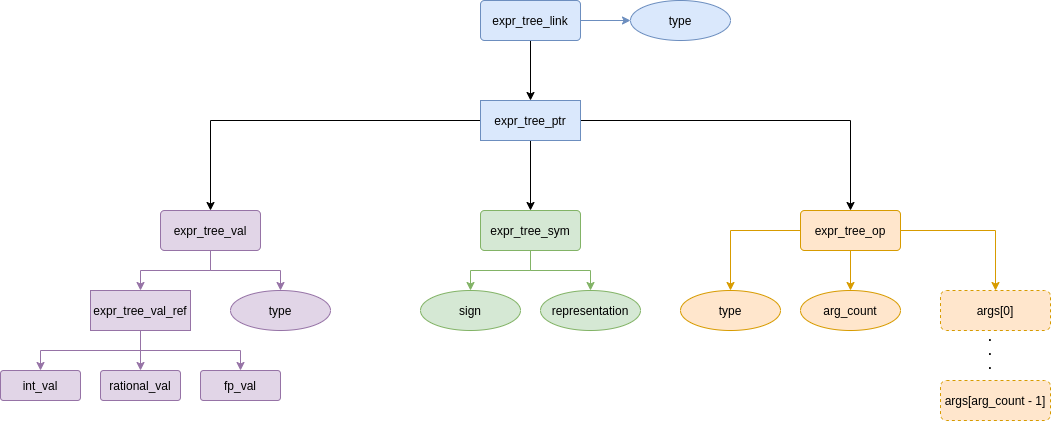
Before: doc/chart/expr_structs.png, a diagram exported from draw.io (MrIndeciso/tcas). Source tidied: cells renumbered, new cells last; positions are measured from the earlier drawing's top-left corner, leaving out a move shared by most shapes. The source it was exported from:
```xml
<mxGraphModel>
  <root>
    <mxCell id="0" />
    <mxCell id="1" parent="0" />
    <mxCell id="2" style="edgeStyle=orthogonalEdgeStyle;rounded=0;jettySize=auto;html=1;fillColor=#dae8fc;strokeColor=#6c8ebf;" parent="1" edge="1" source="4" target="5">
      <mxGeometry relative="1" as="geometry" />
    </mxCell>
    <mxCell id="3" style="edgeStyle=orthogonalEdgeStyle;rounded=0;jettySize=auto;html=1;entryX=0.5;entryY=0;entryDx=0;entryDy=0;" parent="1" edge="1" source="4" target="9">
      <mxGeometry relative="1" as="geometry" />
    </mxCell>
    <mxCell id="4" value="expr_tree_link" style="rounded=1;arcSize=10;whiteSpace=wrap;html=1;align=center;fillColor=#dae8fc;strokeColor=#6c8ebf;" parent="1" vertex="1">
      <mxGeometry x="480" width="100" height="40" as="geometry" />
    </mxCell>
    <mxCell id="5" value="type" style="ellipse;whiteSpace=wrap;html=1;align=center;fillColor=#dae8fc;strokeColor=#6c8ebf;" parent="1" vertex="1">
      <mxGeometry x="630" width="100" height="40" as="geometry" />
    </mxCell>
    <mxCell id="6" style="edgeStyle=orthogonalEdgeStyle;rounded=0;jettySize=auto;html=1;" parent="1" edge="1" source="9" target="16">
      <mxGeometry relative="1" as="geometry" />
    </mxCell>
    <mxCell id="7" style="edgeStyle=orthogonalEdgeStyle;rounded=0;jettySize=auto;html=1;entryX=0.5;entryY=0;entryDx=0;entryDy=0;" parent="1" edge="1" source="9" target="13">
      <mxGeometry relative="1" as="geometry" />
    </mxCell>
    <mxCell id="8" style="edgeStyle=orthogonalEdgeStyle;rounded=0;jettySize=auto;html=1;" parent="1" edge="1" source="9" target="19">
      <mxGeometry relative="1" as="geometry" />
    </mxCell>
    <mxCell id="9" value="expr_tree_ptr" style="rounded=0;arcSize=10;whiteSpace=wrap;html=1;align=center;fillColor=#dae8fc;strokeColor=#6c8ebf;" parent="1" vertex="1">
      <mxGeometry x="480" y="100" width="100" height="40" as="geometry" />
    </mxCell>
    <mxCell id="10" style="edgeStyle=orthogonalEdgeStyle;rounded=0;jettySize=auto;html=1;fillColor=#ffe6cc;strokeColor=#d79b00;" parent="1" edge="1" source="13" target="31">
      <mxGeometry relative="1" as="geometry" />
    </mxCell>
    <mxCell id="11" style="edgeStyle=orthogonalEdgeStyle;rounded=0;jettySize=auto;html=1;fillColor=#ffe6cc;strokeColor=#d79b00;" parent="1" edge="1" source="13" target="30">
      <mxGeometry relative="1" as="geometry" />
    </mxCell>
    <mxCell id="12" style="edgeStyle=orthogonalEdgeStyle;rounded=0;jettySize=auto;html=1;entryX=0.5;entryY=0;entryDx=0;entryDy=0;fillColor=#ffe6cc;strokeColor=#d79b00;" parent="1" edge="1" source="13" target="32">
      <mxGeometry relative="1" as="geometry" />
    </mxCell>
    <mxCell id="13" value="expr_tree_op" style="rounded=1;arcSize=10;whiteSpace=wrap;html=1;align=center;fillColor=#ffe6cc;strokeColor=#d79b00;" parent="1" vertex="1">
      <mxGeometry x="800" y="210" width="100" height="40" as="geometry" />
    </mxCell>
    <mxCell id="14" style="edgeStyle=orthogonalEdgeStyle;rounded=0;jettySize=auto;html=1;fillColor=#d5e8d4;strokeColor=#82b366;" parent="1" edge="1" source="16" target="20">
      <mxGeometry relative="1" as="geometry" />
    </mxCell>
    <mxCell id="15" style="edgeStyle=orthogonalEdgeStyle;rounded=0;jettySize=auto;html=1;fillColor=#d5e8d4;strokeColor=#82b366;" parent="1" edge="1" source="16" target="21">
      <mxGeometry relative="1" as="geometry" />
    </mxCell>
    <mxCell id="16" value="expr_tree_sym" style="rounded=1;arcSize=10;whiteSpace=wrap;html=1;align=center;fillColor=#d5e8d4;strokeColor=#82b366;" parent="1" vertex="1">
      <mxGeometry x="480" y="210" width="100" height="40" as="geometry" />
    </mxCell>
    <mxCell id="17" style="edgeStyle=orthogonalEdgeStyle;rounded=0;jettySize=auto;html=1;entryX=0.5;entryY=0;entryDx=0;entryDy=0;fillColor=#e1d5e7;strokeColor=#9673a6;" parent="1" edge="1" source="19" target="22">
      <mxGeometry relative="1" as="geometry" />
    </mxCell>
    <mxCell id="18" style="edgeStyle=orthogonalEdgeStyle;rounded=0;jettySize=auto;html=1;fillColor=#e1d5e7;strokeColor=#9673a6;" parent="1" edge="1" source="19" target="26">
      <mxGeometry relative="1" as="geometry" />
    </mxCell>
    <mxCell id="19" value="expr_tree_val" style="rounded=1;arcSize=10;whiteSpace=wrap;html=1;align=center;fillColor=#e1d5e7;strokeColor=#9673a6;" parent="1" vertex="1">
      <mxGeometry x="160" y="210" width="100" height="40" as="geometry" />
    </mxCell>
    <mxCell id="20" value="sign" style="ellipse;whiteSpace=wrap;html=1;align=center;fillColor=#d5e8d4;strokeColor=#82b366;" parent="1" vertex="1">
      <mxGeometry x="420" y="290" width="100" height="40" as="geometry" />
    </mxCell>
    <mxCell id="21" value="representation" style="ellipse;whiteSpace=wrap;html=1;align=center;fillColor=#d5e8d4;strokeColor=#82b366;" parent="1" vertex="1">
      <mxGeometry x="540" y="290" width="100" height="40" as="geometry" />
    </mxCell>
    <mxCell id="22" value="type" style="ellipse;whiteSpace=wrap;html=1;align=center;fillColor=#e1d5e7;strokeColor=#9673a6;" parent="1" vertex="1">
      <mxGeometry x="230" y="290" width="100" height="40" as="geometry" />
    </mxCell>
    <mxCell id="23" style="edgeStyle=orthogonalEdgeStyle;rounded=0;jettySize=auto;html=1;entryX=0.5;entryY=0;entryDx=0;entryDy=0;fillColor=#e1d5e7;strokeColor=#9673a6;" parent="1" edge="1" source="26" target="28">
      <mxGeometry relative="1" as="geometry" />
    </mxCell>
    <mxCell id="24" style="edgeStyle=orthogonalEdgeStyle;rounded=0;jettySize=auto;html=1;fillColor=#e1d5e7;strokeColor=#9673a6;" parent="1" edge="1" source="26" target="27">
      <mxGeometry relative="1" as="geometry">
        <Array as="points">
          <mxPoint x="140" y="350" />
          <mxPoint x="240" y="350" />
        </Array>
      </mxGeometry>
    </mxCell>
    <mxCell id="25" style="edgeStyle=orthogonalEdgeStyle;rounded=0;jettySize=auto;html=1;fillColor=#e1d5e7;strokeColor=#9673a6;" parent="1" edge="1" source="26" target="29">
      <mxGeometry relative="1" as="geometry">
        <Array as="points">
          <mxPoint x="140" y="350" />
          <mxPoint x="40" y="350" />
        </Array>
      </mxGeometry>
    </mxCell>
    <mxCell id="26" value="expr_tree_val_ref" style="rounded=0;arcSize=10;whiteSpace=wrap;html=1;align=center;fillColor=#e1d5e7;strokeColor=#9673a6;" parent="1" vertex="1">
      <mxGeometry x="90" y="290" width="100" height="40" as="geometry" />
    </mxCell>
    <mxCell id="27" value="fp_val" style="rounded=1;arcSize=10;whiteSpace=wrap;html=1;align=center;fillColor=#e1d5e7;strokeColor=#9673a6;" parent="1" vertex="1">
      <mxGeometry x="200" y="370" width="80" height="30" as="geometry" />
    </mxCell>
    <mxCell id="28" value="rational_val" style="rounded=1;arcSize=10;whiteSpace=wrap;html=1;align=center;fillColor=#e1d5e7;strokeColor=#9673a6;" parent="1" vertex="1">
      <mxGeometry x="100" y="370" width="80" height="30" as="geometry" />
    </mxCell>
    <mxCell id="29" value="int_val" style="rounded=1;arcSize=10;whiteSpace=wrap;html=1;align=center;fillColor=#e1d5e7;strokeColor=#9673a6;" parent="1" vertex="1">
      <mxGeometry y="370" width="80" height="30" as="geometry" />
    </mxCell>
    <mxCell id="30" value="type" style="ellipse;whiteSpace=wrap;html=1;align=center;rounded=0;fillColor=#ffe6cc;strokeColor=#d79b00;" parent="1" vertex="1">
      <mxGeometry x="680" y="290" width="100" height="40" as="geometry" />
    </mxCell>
    <mxCell id="31" value="arg_count" style="ellipse;whiteSpace=wrap;html=1;align=center;rounded=0;fillColor=#ffe6cc;strokeColor=#d79b00;" parent="1" vertex="1">
      <mxGeometry x="800" y="290" width="100" height="40" as="geometry" />
    </mxCell>
    <mxCell id="32" value="args[0]" style="whiteSpace=wrap;html=1;align=center;rounded=1;dashed=1;fillColor=#ffe6cc;strokeColor=#d79b00;" parent="1" vertex="1">
      <mxGeometry x="940" y="290" width="110" height="40" as="geometry" />
    </mxCell>
    <mxCell id="33" value="args[arg_count - 1]" style="whiteSpace=wrap;html=1;align=center;rounded=1;sketch=0;glass=0;dashed=1;fillColor=#ffe6cc;strokeColor=#d79b00;" parent="1" vertex="1">
      <mxGeometry x="940" y="380" width="110" height="40" as="geometry" />
    </mxCell>
    <mxCell id="34" value=".&#10;.&#10;." style="text;align=center;fontStyle=1;verticalAlign=middle;spacingLeft=3;spacingRight=3;rounded=1;glass=0;dashed=1;sketch=0;" parent="1" vertex="1">
      <mxGeometry x="950" y="330" width="80" height="40" as="geometry" />
    </mxCell>
  </root>
</mxGraphModel>
```
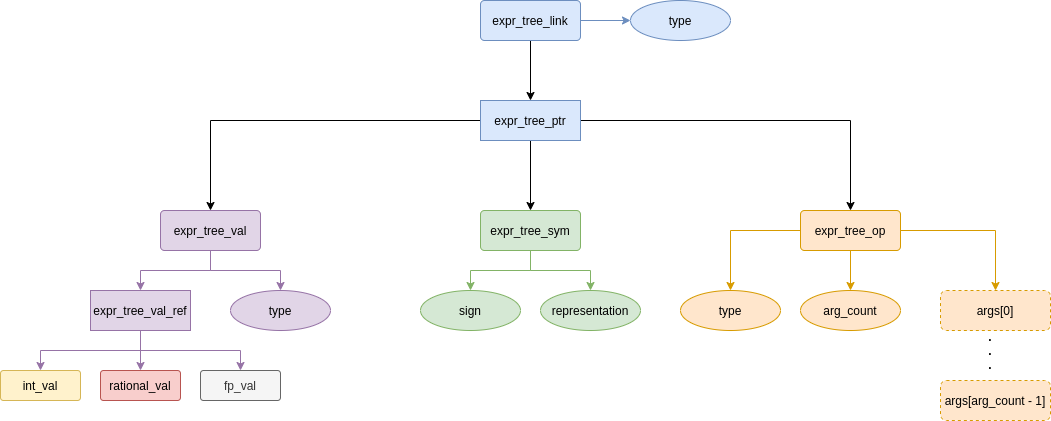
After the commit.

Diff of the diagram source:
```diff
@@ -87,13 +87,13 @@
     <mxCell id="26" value="expr_tree_val_ref" style="rounded=0;arcSize=10;whiteSpace=wrap;html=1;align=center;fillColor=#e1d5e7;strokeColor=#9673a6;" parent="1" vertex="1">
       <mxGeometry x="90" y="290" width="100" height="40" as="geometry" />
     </mxCell>
-    <mxCell id="27" value="fp_val" style="rounded=1;arcSize=10;whiteSpace=wrap;html=1;align=center;fillColor=#e1d5e7;strokeColor=#9673a6;" parent="1" vertex="1">
+    <mxCell id="27" value="fp_val" style="rounded=1;arcSize=10;whiteSpace=wrap;html=1;align=center;fillColor=#f5f5f5;strokeColor=#666666;fontColor=#333333;" parent="1" vertex="1">
       <mxGeometry x="200" y="370" width="80" height="30" as="geometry" />
     </mxCell>
-    <mxCell id="28" value="rational_val" style="rounded=1;arcSize=10;whiteSpace=wrap;html=1;align=center;fillColor=#e1d5e7;strokeColor=#9673a6;" parent="1" vertex="1">
+    <mxCell id="28" value="rational_val" style="rounded=1;arcSize=10;whiteSpace=wrap;html=1;align=center;fillColor=#f8cecc;strokeColor=#b85450;" parent="1" vertex="1">
       <mxGeometry x="100" y="370" width="80" height="30" as="geometry" />
     </mxCell>
-    <mxCell id="29" value="int_val" style="rounded=1;arcSize=10;whiteSpace=wrap;html=1;align=center;fillColor=#e1d5e7;strokeColor=#9673a6;" parent="1" vertex="1">
+    <mxCell id="29" value="int_val" style="rounded=1;arcSize=10;whiteSpace=wrap;html=1;align=center;fillColor=#fff2cc;strokeColor=#d6b656;" parent="1" vertex="1">
       <mxGeometry y="370" width="80" height="30" as="geometry" />
     </mxCell>
     <mxCell id="30" value="type" style="ellipse;whiteSpace=wrap;html=1;align=center;rounded=0;fillColor=#ffe6cc;strokeColor=#d79b00;" parent="1" vertex="1">
```
